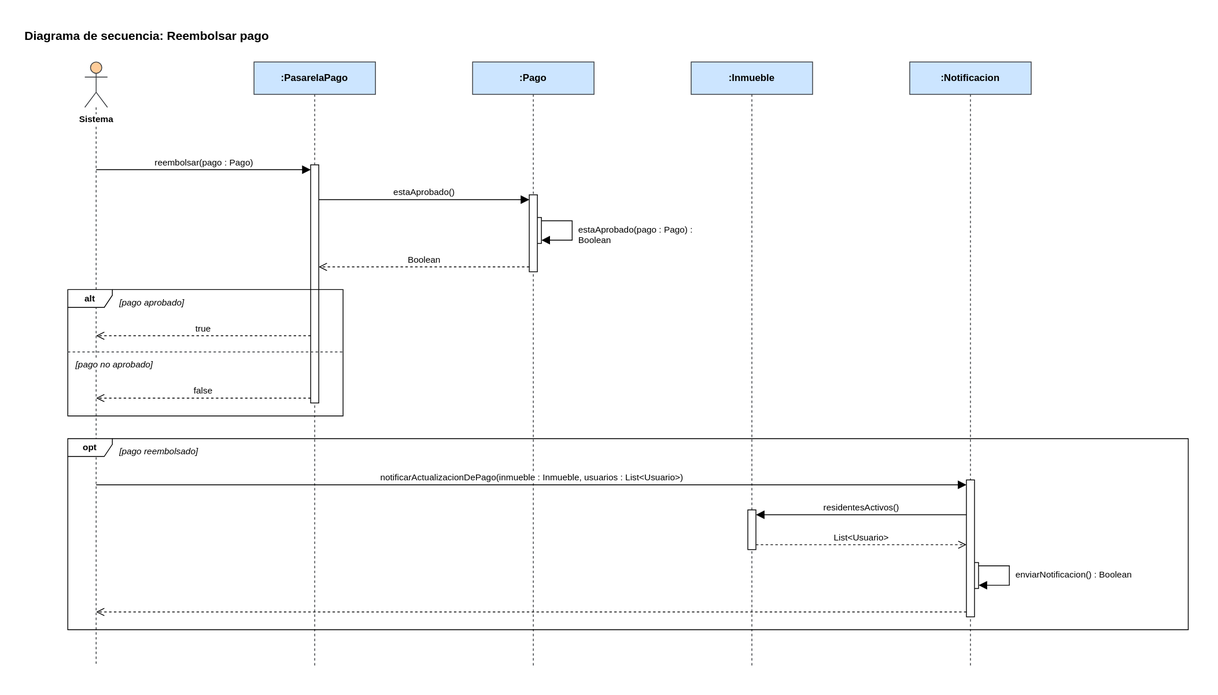
This is Diagramas/Secuencia/reembolsar-pago.svg from manuel20051208/HorizontalSoftware-Back-End, a draw.io export, as it was before one commit. Source tidied: cells renumbered, new cells last; positions are measured from the earlier drawing's top-left corner, leaving out a move shared by most shapes.
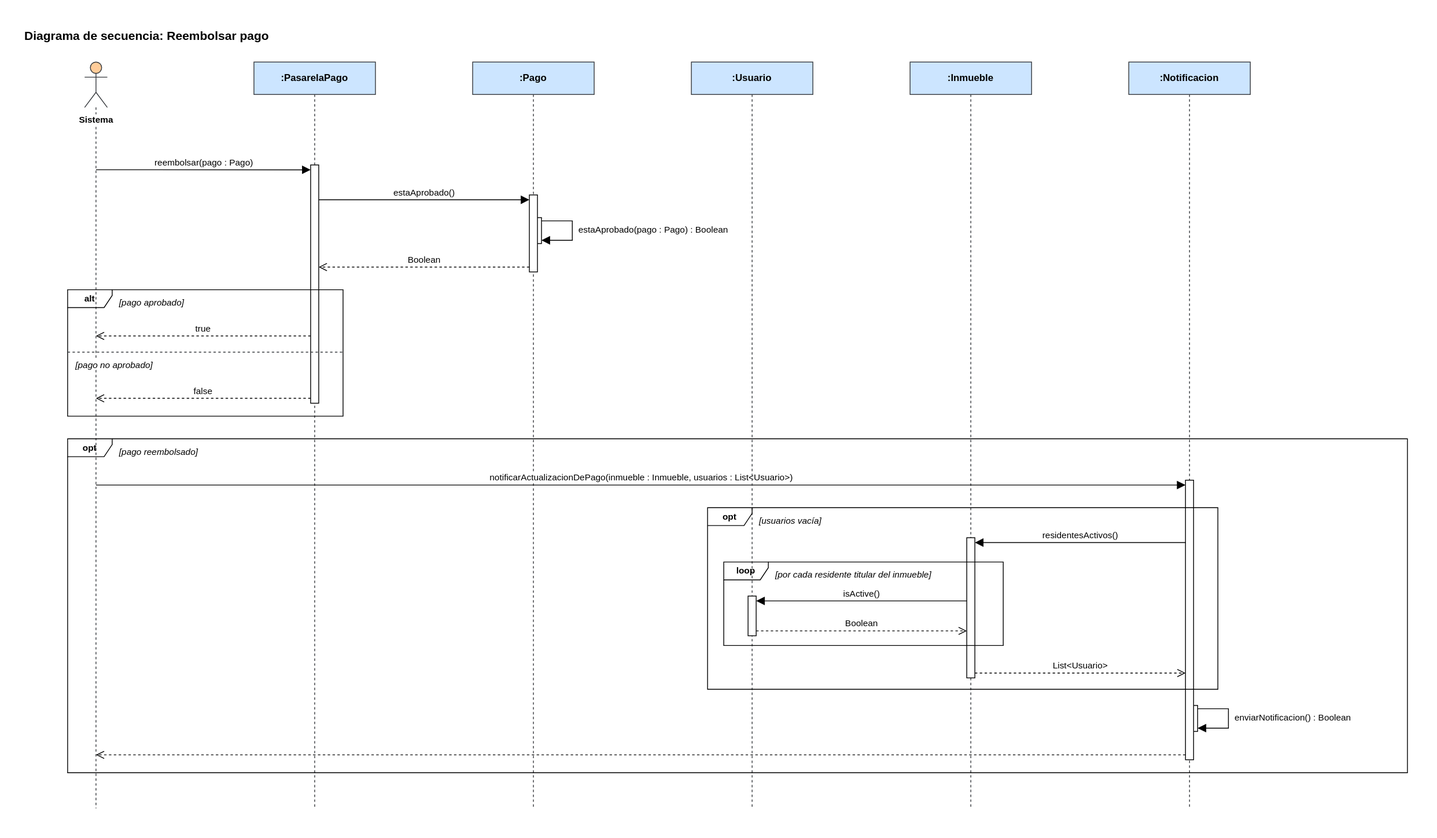
After the change.

Diff of the diagram source:
```diff
@@ -3,22 +3,22 @@
     <mxCell id="0" />
     <mxCell id="1" parent="0" />
     <mxCell id="2" value="&lt;b&gt;Diagrama de secuencia: Reembolsar pago&lt;/b&gt;" style="text;html=1;align=left;verticalAlign=top;whiteSpace=wrap;fontSize=15;" parent="1" vertex="1">
-      <mxGeometry width="1439" height="26" as="geometry" />
+      <mxGeometry width="1709" height="26" as="geometry" />
     </mxCell>
     <mxCell id="3" value="Sistema" style="shape=umlLifeline;participant=umlActor;perimeter=lifelinePerimeter;whiteSpace=nowrap;html=1;outlineConnect=0;portConstraint=eastwest;size=56;verticalAlign=top;spacingTop=58;labelBackgroundColor=#ffffff;fontStyle=1;fontSize=11;fillColor=#ffcc99;strokeColor=#36393d;" parent="1" vertex="1">
-      <mxGeometry x="76" y="48" width="28" height="745" as="geometry" />
+      <mxGeometry x="76" y="48" width="28" height="921" as="geometry" />
     </mxCell>
     <mxCell id="4" value=":PasarelaPago" style="shape=umlLifeline;perimeter=lifelinePerimeter;whiteSpace=wrap;html=1;fillColor=#cce5ff;strokeColor=#36393d;fontStyle=1;fontSize=12;" parent="1" vertex="1">
-      <mxGeometry x="285" y="48" width="150" height="745" as="geometry" />
+      <mxGeometry x="285" y="48" width="150" height="921" as="geometry" />
     </mxCell>
     <mxCell id="5" value=":Pago" style="shape=umlLifeline;perimeter=lifelinePerimeter;whiteSpace=wrap;html=1;fillColor=#cce5ff;strokeColor=#36393d;fontStyle=1;fontSize=12;" parent="1" vertex="1">
-      <mxGeometry x="555" y="48" width="150" height="745" as="geometry" />
+      <mxGeometry x="555" y="48" width="150" height="921" as="geometry" />
     </mxCell>
     <mxCell id="6" value=":Inmueble" style="shape=umlLifeline;perimeter=lifelinePerimeter;whiteSpace=wrap;html=1;fillColor=#cce5ff;strokeColor=#36393d;fontStyle=1;fontSize=12;" parent="1" vertex="1">
-      <mxGeometry x="825" y="48" width="150" height="745" as="geometry" />
+      <mxGeometry x="1095" y="48" width="150" height="921" as="geometry" />
     </mxCell>
     <mxCell id="7" value=":Notificacion" style="shape=umlLifeline;perimeter=lifelinePerimeter;whiteSpace=wrap;html=1;fillColor=#cce5ff;strokeColor=#36393d;fontStyle=1;fontSize=12;" parent="1" vertex="1">
-      <mxGeometry x="1095" y="48" width="150" height="745" as="geometry" />
+      <mxGeometry x="1365" y="48" width="150" height="921" as="geometry" />
     </mxCell>
     <mxCell id="8" style="html=1;points=[];perimeter=orthogonalPerimeter;fillColor=#ffffff;strokeColor=#000000;" parent="1" vertex="1">
       <mxGeometry x="630" y="240" width="10" height="32" as="geometry" />
@@ -30,15 +30,15 @@
       <mxGeometry x="355" y="175" width="10" height="294" as="geometry" />
     </mxCell>
     <mxCell id="11" style="html=1;points=[];perimeter=orthogonalPerimeter;fillColor=#ffffff;strokeColor=#000000;" parent="1" vertex="1">
-      <mxGeometry x="895" y="601" width="10" height="49" as="geometry" />
+      <mxGeometry x="1165" y="635" width="10" height="173" as="geometry" />
     </mxCell>
     <mxCell id="12" style="html=1;points=[];perimeter=orthogonalPerimeter;fillColor=#ffffff;strokeColor=#000000;" parent="1" vertex="1">
-      <mxGeometry x="1170" y="666" width="10" height="32" as="geometry" />
+      <mxGeometry x="1440" y="842" width="10" height="32" as="geometry" />
     </mxCell>
     <mxCell id="13" style="html=1;points=[];perimeter=orthogonalPerimeter;fillColor=#ffffff;strokeColor=#000000;" parent="1" vertex="1">
-      <mxGeometry x="1165" y="564" width="10" height="169" as="geometry" />
+      <mxGeometry x="1435" y="564" width="10" height="345" as="geometry" />
     </mxCell>
-    <mxCell id="14" value="reembolsar(pago : Pago)" style="html=1;verticalAlign=bottom;rounded=0;fontSize=11;strokeColor=#000000;endArrow=block;endFill=1;endSize=8;exitX=0.5000;exitY=0.1785;exitDx=0;exitDy=0;exitPerimeter=0;entryX=0.0000;entryY=0.0204;entryDx=0;entryDy=0;entryPerimeter=0;" parent="1" edge="1" source="3" target="10">
+    <mxCell id="14" value="reembolsar(pago : Pago)" style="html=1;verticalAlign=bottom;rounded=0;fontSize=11;strokeColor=#000000;endArrow=block;endFill=1;endSize=8;exitX=0.5000;exitY=0.1444;exitDx=0;exitDy=0;exitPerimeter=0;entryX=0.0000;entryY=0.0204;entryDx=0;entryDy=0;entryPerimeter=0;" parent="1" edge="1" source="3" target="10">
       <mxGeometry relative="1" as="geometry" />
     </mxCell>
     <mxCell id="15" value="estaAprobado()" style="html=1;verticalAlign=bottom;rounded=0;fontSize=11;strokeColor=#000000;endArrow=block;endFill=1;endSize=8;exitX=1.0000;exitY=0.1463;exitDx=0;exitDy=0;exitPerimeter=0;entryX=0.0000;entryY=0.0632;entryDx=0;entryDy=0;entryPerimeter=0;" parent="1" edge="1" source="10" target="9">
@@ -55,47 +55,65 @@
     <mxCell id="17" value="Boolean" style="html=1;verticalAlign=bottom;rounded=0;fontSize=11;strokeColor=#000000;dashed=1;endArrow=open;endFill=0;endSize=8;exitX=0.0000;exitY=0.9368;exitDx=0;exitDy=0;exitPerimeter=0;entryX=1.0000;entryY=0.4286;entryDx=0;entryDy=0;entryPerimeter=0;" parent="1" edge="1" source="9" target="10">
       <mxGeometry relative="1" as="geometry" />
     </mxCell>
-    <mxCell id="18" value="true" style="html=1;verticalAlign=bottom;rounded=0;fontSize=11;strokeColor=#000000;dashed=1;endArrow=open;endFill=0;endSize=8;exitX=0.0000;exitY=0.7177;exitDx=0;exitDy=0;exitPerimeter=0;entryX=0.5000;entryY=0.4537;entryDx=0;entryDy=0;entryPerimeter=0;" parent="1" edge="1" source="10" target="3">
+    <mxCell id="18" value="true" style="html=1;verticalAlign=bottom;rounded=0;fontSize=11;strokeColor=#000000;dashed=1;endArrow=open;endFill=0;endSize=8;exitX=0.0000;exitY=0.7177;exitDx=0;exitDy=0;exitPerimeter=0;entryX=0.5000;entryY=0.3670;entryDx=0;entryDy=0;entryPerimeter=0;" parent="1" edge="1" source="10" target="3">
       <mxGeometry relative="1" as="geometry" />
     </mxCell>
-    <mxCell id="19" value="false" style="html=1;verticalAlign=bottom;rounded=0;fontSize=11;strokeColor=#000000;dashed=1;endArrow=open;endFill=0;endSize=8;exitX=0.0000;exitY=0.9796;exitDx=0;exitDy=0;exitPerimeter=0;entryX=0.5000;entryY=0.5570;entryDx=0;entryDy=0;entryPerimeter=0;" parent="1" edge="1" source="10" target="3">
+    <mxCell id="19" value="false" style="html=1;verticalAlign=bottom;rounded=0;fontSize=11;strokeColor=#000000;dashed=1;endArrow=open;endFill=0;endSize=8;exitX=0.0000;exitY=0.9796;exitDx=0;exitDy=0;exitPerimeter=0;entryX=0.5000;entryY=0.4506;entryDx=0;entryDy=0;entryPerimeter=0;" parent="1" edge="1" source="10" target="3">
       <mxGeometry relative="1" as="geometry" />
     </mxCell>
-    <mxCell id="20" value="notificarActualizacionDePago(inmueble : Inmueble, usuarios : List&amp;lt;Usuario&amp;gt;)" style="html=1;verticalAlign=bottom;rounded=0;fontSize=11;strokeColor=#000000;endArrow=block;endFill=1;endSize=8;exitX=0.5000;exitY=0.7007;exitDx=0;exitDy=0;exitPerimeter=0;entryX=0.0000;entryY=0.0355;entryDx=0;entryDy=0;entryPerimeter=0;" parent="1" edge="1" source="3" target="13">
+    <mxCell id="20" value="notificarActualizacionDePago(inmueble : Inmueble, usuarios : List&amp;lt;Usuario&amp;gt;)" style="html=1;verticalAlign=bottom;rounded=0;fontSize=11;strokeColor=#000000;endArrow=block;endFill=1;endSize=8;exitX=0.5000;exitY=0.5668;exitDx=0;exitDy=0;exitPerimeter=0;entryX=0.0000;entryY=0.0174;entryDx=0;entryDy=0;entryPerimeter=0;" parent="1" edge="1" source="3" target="13">
       <mxGeometry relative="1" as="geometry" />
     </mxCell>
-    <mxCell id="21" value="residentesActivos()" style="html=1;verticalAlign=bottom;rounded=0;fontSize=11;strokeColor=#000000;endArrow=block;endFill=1;endSize=8;exitX=0.0000;exitY=0.2544;exitDx=0;exitDy=0;exitPerimeter=0;entryX=1.0000;entryY=0.1224;entryDx=0;entryDy=0;entryPerimeter=0;" parent="1" edge="1" source="13" target="11">
+    <mxCell id="21" value="residentesActivos()" style="html=1;verticalAlign=bottom;rounded=0;fontSize=11;strokeColor=#000000;endArrow=block;endFill=1;endSize=8;exitX=0.0000;exitY=0.2232;exitDx=0;exitDy=0;exitPerimeter=0;entryX=1.0000;entryY=0.0347;entryDx=0;entryDy=0;entryPerimeter=0;" parent="1" edge="1" source="13" target="11">
       <mxGeometry relative="1" as="geometry" />
     </mxCell>
-    <mxCell id="22" value="List&amp;lt;Usuario&amp;gt;" style="html=1;verticalAlign=bottom;rounded=0;fontSize=11;strokeColor=#000000;dashed=1;endArrow=open;endFill=0;endSize=8;exitX=1.0000;exitY=0.8776;exitDx=0;exitDy=0;exitPerimeter=0;entryX=0.0000;entryY=0.4734;entryDx=0;entryDy=0;entryPerimeter=0;" parent="1" edge="1" source="11" target="13">
+    <mxCell id="22" value="List&amp;lt;Usuario&amp;gt;" style="html=1;verticalAlign=bottom;rounded=0;fontSize=11;strokeColor=#000000;dashed=1;endArrow=open;endFill=0;endSize=8;exitX=1.0000;exitY=0.9653;exitDx=0;exitDy=0;exitPerimeter=0;entryX=0.0000;entryY=0.6899;entryDx=0;entryDy=0;entryPerimeter=0;" parent="1" edge="1" source="11" target="13">
       <mxGeometry relative="1" as="geometry" />
     </mxCell>
     <mxCell id="23" style="html=1;rounded=0;endArrow=block;endFill=1;endSize=8;strokeColor=#000000;exitX=1.0000;exitY=0.1250;exitDx=0;exitDy=0;exitPerimeter=0;entryX=1.0000;entryY=0.8750;entryDx=0;entryDy=0;entryPerimeter=0;" parent="1" edge="1" source="12" target="12">
       <mxGeometry relative="1" as="geometry">
         <Array as="points">
-          <mxPoint x="1218" y="670" />
-          <mxPoint x="1218" y="694" />
+          <mxPoint x="1488" y="846" />
+          <mxPoint x="1488" y="870" />
         </Array>
       </mxGeometry>
     </mxCell>
-    <mxCell id="24" style="html=1;verticalAlign=bottom;rounded=0;fontSize=11;strokeColor=#000000;dashed=1;endArrow=open;endFill=0;endSize=8;exitX=0.0000;exitY=0.9645;exitDx=0;exitDy=0;exitPerimeter=0;entryX=0.5000;entryY=0.9114;entryDx=0;entryDy=0;entryPerimeter=0;" parent="1" edge="1" source="13" target="3">
+    <mxCell id="24" style="html=1;verticalAlign=bottom;rounded=0;fontSize=11;strokeColor=#000000;dashed=1;endArrow=open;endFill=0;endSize=8;exitX=0.0000;exitY=0.9826;exitDx=0;exitDy=0;exitPerimeter=0;entryX=0.5000;entryY=0.9283;entryDx=0;entryDy=0;entryPerimeter=0;" parent="1" edge="1" source="13" target="3">
       <mxGeometry relative="1" as="geometry" />
     </mxCell>
     <mxCell id="25" value="estaAprobado(pago : Pago) : Boolean" style="text;html=1;align=left;verticalAlign=top;whiteSpace=wrap;overflow=hidden;fontSize=11;" parent="1" vertex="1">
-      <mxGeometry x="684" y="242" width="185" height="28" as="geometry" />
+      <mxGeometry x="684" y="242" width="455" height="28" as="geometry" />
     </mxCell>
     <mxCell id="26" value="enviarNotificacion() : Boolean" style="text;html=1;align=left;verticalAlign=top;whiteSpace=wrap;overflow=hidden;fontSize=11;" parent="1" vertex="1">
-      <mxGeometry x="1224" y="668" width="185" height="28" as="geometry" />
+      <mxGeometry x="1494" y="844" width="185" height="28" as="geometry" />
     </mxCell>
     <mxCell id="27" value="&lt;span style=&quot;background-color: #ffffff;&quot;&gt;[pago no aprobado]&lt;/span&gt;" style="text;html=1;align=left;verticalAlign=top;whiteSpace=wrap;fontSize=11;fontStyle=2;" parent="1" vertex="1">
       <mxGeometry x="63" y="409" width="320" height="22" as="geometry" />
     </mxCell>
+    <mxCell id="33" value=":Usuario" style="shape=umlLifeline;perimeter=lifelinePerimeter;whiteSpace=wrap;html=1;fillColor=#cce5ff;strokeColor=#36393d;fontStyle=1;fontSize=12;" parent="1" vertex="1">
+      <mxGeometry x="825" y="48" width="150" height="921" as="geometry" />
+    </mxCell>
+    <mxCell id="34" style="html=1;points=[];perimeter=orthogonalPerimeter;fillColor=#ffffff;strokeColor=#000000;" parent="1" vertex="1">
+      <mxGeometry x="895" y="707" width="10" height="49" as="geometry" />
+    </mxCell>
+    <mxCell id="35" value="isActive()" style="html=1;verticalAlign=bottom;rounded=0;fontSize=11;strokeColor=#000000;endArrow=block;endFill=1;endSize=8;exitX=0.0000;exitY=0.4509;exitDx=0;exitDy=0;exitPerimeter=0;entryX=1.0000;entryY=0.1224;entryDx=0;entryDy=0;entryPerimeter=0;" parent="1" edge="1" source="11" target="34">
+      <mxGeometry relative="1" as="geometry" />
+    </mxCell>
+    <mxCell id="36" value="Boolean" style="html=1;verticalAlign=bottom;rounded=0;fontSize=11;strokeColor=#000000;dashed=1;endArrow=open;endFill=0;endSize=8;exitX=1.0000;exitY=0.8776;exitDx=0;exitDy=0;exitPerimeter=0;entryX=0.0000;entryY=0.6647;entryDx=0;entryDy=0;entryPerimeter=0;" parent="1" edge="1" source="34" target="11">
+      <mxGeometry relative="1" as="geometry" />
+    </mxCell>
-    <mxCell id="28" value="alt" style="shape=umlFrame;whiteSpace=wrap;html=1;fontStyle=1;fontSize=11;width=55;height=22;" parent="1" vertex="1">
+    <mxCell id="28" value="alt" style="shape=umlFrame;whiteSpace=wrap;html=1;fontStyle=1;fontSize=11;width=55;height=22;fillColor=none;" parent="1" vertex="1">
       <mxGeometry x="55" y="329" width="340" height="156" as="geometry" />
     </mxCell>
-    <mxCell id="29" value="opt" style="shape=umlFrame;whiteSpace=wrap;html=1;fontStyle=1;fontSize=11;width=55;height=22;" parent="1" vertex="1">
-      <mxGeometry x="55" y="513" width="1384" height="236" as="geometry" />
+    <mxCell id="29" value="opt" style="shape=umlFrame;whiteSpace=wrap;html=1;fontStyle=1;fontSize=11;width=55;height=22;fillColor=none;" parent="1" vertex="1">
+      <mxGeometry x="55" y="513" width="1654" height="412" as="geometry" />
     </mxCell>
+    <mxCell id="37" value="loop" style="shape=umlFrame;whiteSpace=wrap;html=1;fontStyle=1;fontSize=11;width=55;height=22;fillColor=none;" parent="1" vertex="1">
+      <mxGeometry x="865" y="665" width="345" height="103" as="geometry" />
+    </mxCell>
+    <mxCell id="38" value="opt" style="shape=umlFrame;whiteSpace=wrap;html=1;fontStyle=1;fontSize=11;width=55;height=22;fillColor=none;" parent="1" vertex="1">
+      <mxGeometry x="845" y="598" width="630" height="224" as="geometry" />
+    </mxCell>
     <mxCell id="30" style="endArrow=none;dashed=1;html=1;strokeColor=#36393d;" parent="1" edge="1">
       <mxGeometry relative="1" as="geometry">
         <mxPoint x="55" y="406" as="sourcePoint" />
@@ -106,7 +124,13 @@
       <mxGeometry x="117" y="332" width="270" height="22" as="geometry" />
     </mxCell>
     <mxCell id="32" value="[pago reembolsado]" style="text;html=1;align=left;verticalAlign=top;whiteSpace=wrap;fontSize=11;fontStyle=2;" parent="1" vertex="1">
-      <mxGeometry x="117" y="516" width="1314" height="22" as="geometry" />
+      <mxGeometry x="117" y="516" width="1584" height="22" as="geometry" />
     </mxCell>
+    <mxCell id="39" value="[por cada residente titular del inmueble]" style="text;html=1;align=left;verticalAlign=top;whiteSpace=wrap;fontSize=11;fontStyle=2;" parent="1" vertex="1">
+      <mxGeometry x="927" y="668" width="275" height="22" as="geometry" />
+    </mxCell>
+    <mxCell id="40" value="[usuarios vacía]" style="text;html=1;align=left;verticalAlign=top;whiteSpace=wrap;fontSize=11;fontStyle=2;" parent="1" vertex="1">
+      <mxGeometry x="907" y="601" width="560" height="22" as="geometry" />
+    </mxCell>
   </root>
 </mxGraphModel>
```
